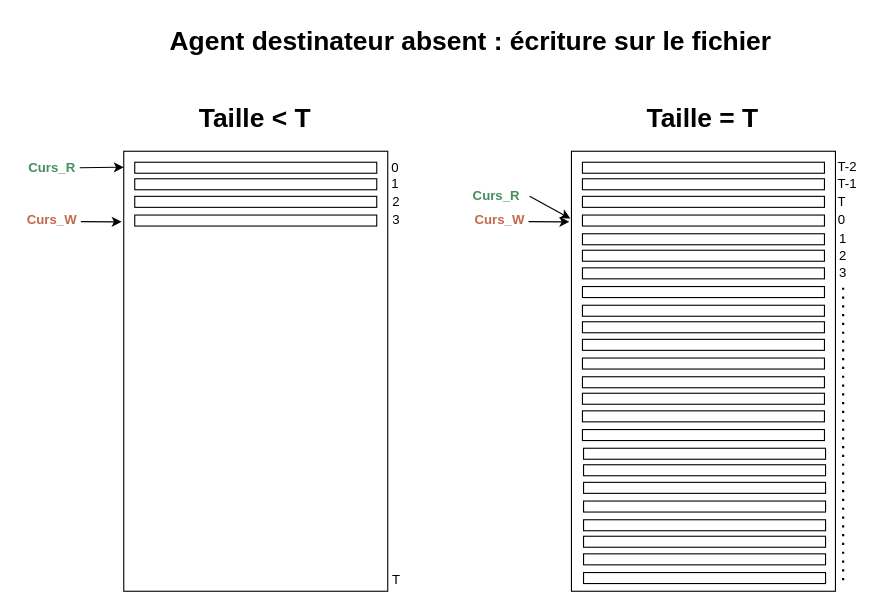
zeroun01/git keeps this draw.io diagram as page "Page-1" (1 of 2) of Diagramme sans nom.drawio. Above is the earlier version. Source tidied: cells renumbered, new cells numbered last; positions are measured from the earlier drawing's top-left corner, leaving out a move shared by most shapes. Both pictures are drawn from the tidied source at 110%, with x=0, y=0 at pixel (19, 19).
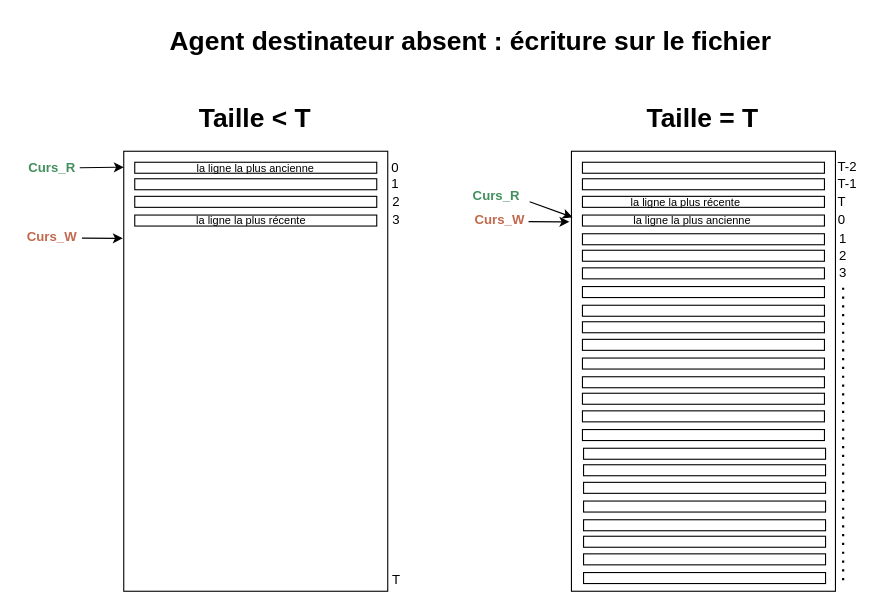
Above is the later version.

Commit message:
Mettre à jour Diagramme sans nom.drawio

Unchanged cells that the change refers to:
```xml
<mxCell id="16" style="rounded=0;whiteSpace=wrap;html=1;" parent="1" vertex="1">
  <mxGeometry x="502" y="120" width="240" height="400" as="geometry" />
</mxCell>
<mxCell id="24" value="&lt;b&gt;&lt;font color=&quot;#438f5f&quot;&gt;Curs_R&lt;/font&gt;&lt;/b&gt;" style="text;html=1;align=center;verticalAlign=middle;whiteSpace=wrap;rounded=0;" parent="1" vertex="1">
  <mxGeometry x="404" y="151" width="60" height="20" as="geometry" />
</mxCell>
```

What changed in the source:
```diff
@@
     <mxCell id="8" style="endArrow=classic;html=1;rounded=0;entryX=-0.012;entryY=0.163;entryDx=0;entryDy=0;entryPerimeter=0;" parent="1" edge="1">
       <mxGeometry relative="1" as="geometry">
-        <mxPoint x="56" y="184" as="sourcePoint" />
-        <mxPoint x="93.1" y="184.2" as="targetPoint" />
+        <mxPoint x="57" y="199" as="sourcePoint" />
+        <mxPoint x="94.1" y="199.2" as="targetPoint" />
       </mxGeometry>
     </mxCell>
     <mxCell id="9" value="&lt;div&gt;&lt;font color=&quot;#c2694e&quot;&gt;&lt;b&gt;Curs_W&lt;/b&gt;&lt;/font&gt;&lt;/div&gt;" style="text;html=1;align=center;verticalAlign=middle;whiteSpace=wrap;rounded=0;" parent="1" vertex="1">
-      <mxGeometry y="173" width="60" height="20" as="geometry" />
+      <mxGeometry y="188" width="60" height="20" as="geometry" />
     </mxCell>
@@
-    <mxCell id="21" style="endArrow=classic;html=1;rounded=0;entryX=-0.004;entryY=0.153;entryDx=0;entryDy=0;entryPerimeter=0;exitX=1;exitY=0.5;exitDx=0;exitDy=0;" parent="1" edge="1" source="24" target="16">
-      <mxGeometry relative="1" as="geometry" />
+    <mxCell id="21" style="endArrow=classic;html=1;rounded=0;exitX=1;exitY=0.75;exitDx=0;exitDy=0;" parent="1" edge="1" source="24">
+      <mxGeometry relative="1" as="geometry">
+        <mxPoint x="503" y="180" as="targetPoint" />
+      </mxGeometry>
     </mxCell>
@@
+    <mxCell id="56" value="la ligne la plus ancienne" style="text;html=1;align=center;verticalAlign=middle;whiteSpace=wrap;rounded=0;fontSize=10;" parent="1" vertex="1">
+      <mxGeometry x="512" y="178" width="200" height="10" as="geometry" />
+    </mxCell>
+    <mxCell id="57" value="la ligne la plus récente" style="text;html=1;align=center;verticalAlign=middle;whiteSpace=wrap;rounded=0;fontSize=10;" parent="1" vertex="1">
+      <mxGeometry x="506" y="161" width="200" height="10" as="geometry" />
+    </mxCell>
+    <mxCell id="58" value="la ligne la plus ancienne" style="text;html=1;align=center;verticalAlign=middle;whiteSpace=wrap;rounded=0;fontSize=10;" parent="1" vertex="1">
+      <mxGeometry x="115" y="130" width="200" height="10" as="geometry" />
+    </mxCell>
+    <mxCell id="59" value="la ligne la plus récente" style="text;html=1;align=center;verticalAlign=middle;whiteSpace=wrap;rounded=0;fontSize=10;" parent="1" vertex="1">
+      <mxGeometry x="111" y="178" width="200" height="10" as="geometry" />
+    </mxCell>
```
